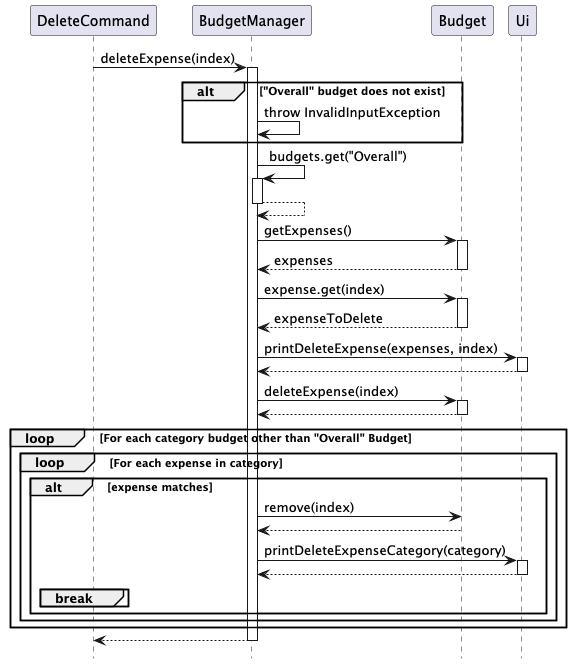
Earlier version of the PlantUML export docs/diagrams/DeleteExpenseSequenceDiagram.png (AY2425S2-CS2113-T12-4/tp). Its source is kept beside it as docs/diagrams/DeleteExpenseSequenceDiagram.puml. Source of this version:
```plantuml
@startuml
hide circle
skinparam classAttributeIconSize 0
hide footbox

participant "DeleteCommand" as DC
participant "BudgetManager" as BM
participant "Budget" as OB
participant "Ui" as UI

DC -> BM: deleteExpense(index)
activate BM

alt "Overall" budget does not exist
    BM -> BM: throw InvalidInputException
end

BM -> BM: budgets.get("Overall")
activate BM
BM --> BM
deactivate BM

BM -> OB: getExpenses()
activate OB
OB --> BM: expenses
deactivate OB

BM -> OB: expense.get(index)
activate OB
OB --> BM: expenseToDelete
deactivate OB

BM -> UI: printDeleteExpense(expenses, index)
activate UI
UI --> BM
deactivate UI

BM -> OB: deleteExpense(index)
activate OB
OB --> BM
deactivate OB

loop For each category budget other than "Overall" Budget
        loop For each expense in category
            alt expense matches
                BM -> OB: remove(index)
                OB --> BM

                BM -> UI: printDeleteExpenseCategory(category)
                activate UI
                UI --> BM
                deactivate UI

                break
            end
        end
    end
end


BM --> DC
deactivate BM
@enduml
```
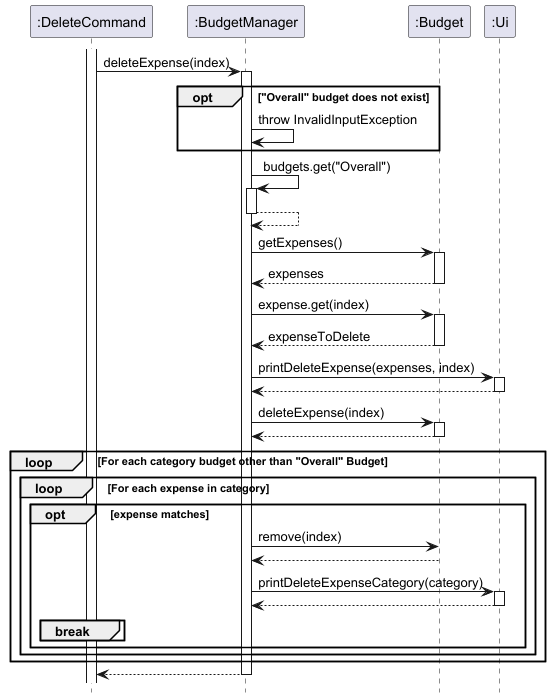
Later version of the same file.

Diff of the diagram source:
```diff
@@ -3,15 +3,17 @@
 skinparam classAttributeIconSize 0
 hide footbox
 
-participant "DeleteCommand" as DC
-participant "BudgetManager" as BM
-participant "Budget" as OB
-participant "Ui" as UI
+participant ":DeleteCommand" as DC
+participant ":BudgetManager" as BM
+participant ":Budget" as OB
+participant ":Ui" as UI
+
+activate DC
 
 DC -> BM: deleteExpense(index)
 activate BM
 
-alt "Overall" budget does not exist
+opt "Overall" budget does not exist
     BM -> BM: throw InvalidInputException
 end
 
@@ -42,7 +44,7 @@
 
 loop For each category budget other than "Overall" Budget
         loop For each expense in category
-            alt expense matches
+            opt expense matches
                 BM -> OB: remove(index)
                 OB --> BM
 
```
